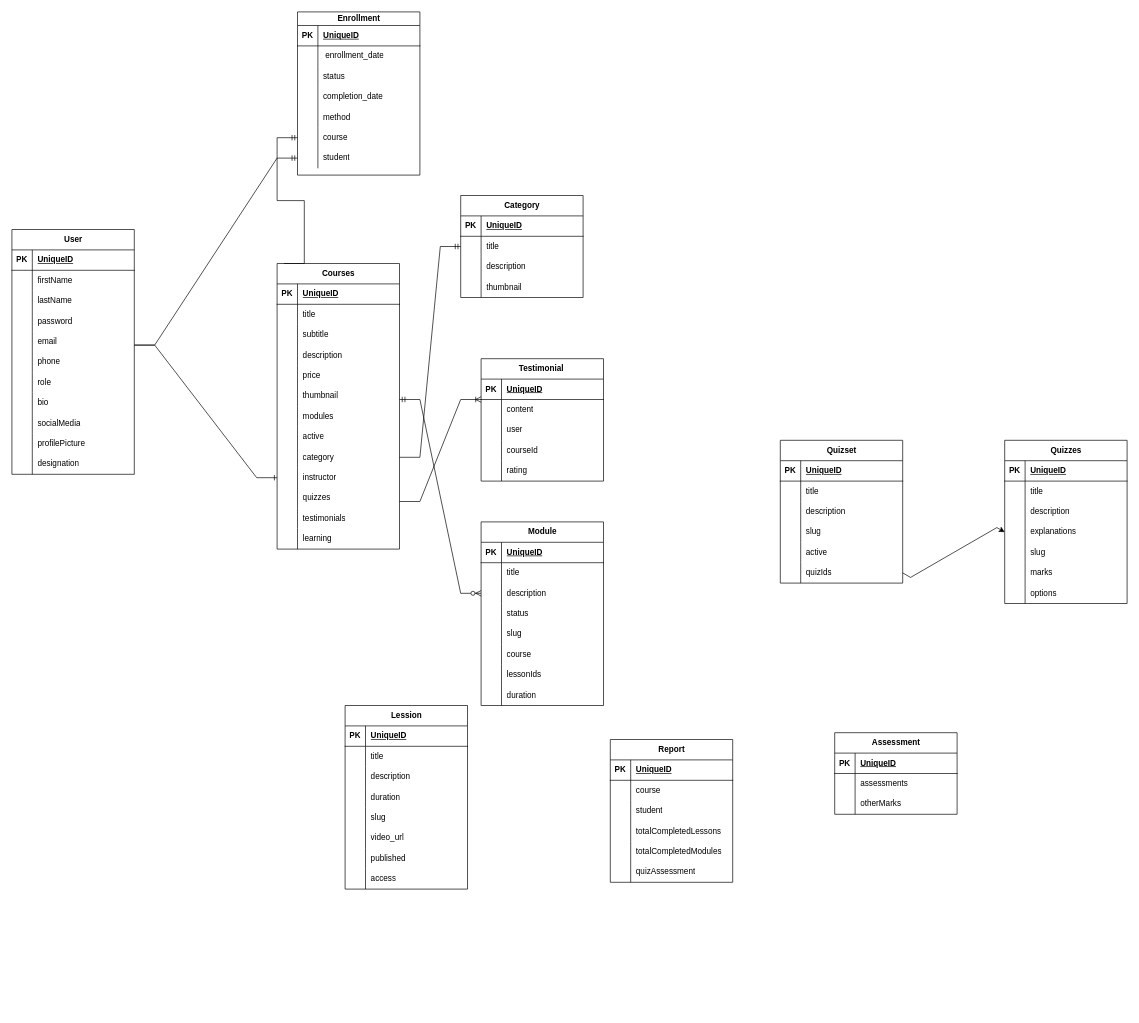
The draw.io diagram page "Database Design" (2 of 6) of diagrams/EduConnect.drawio in TanzimHossain2/EduConnect, before the edit. Source tidied: cells renumbered, new cells numbered last; positions are measured from the earlier drawing's top-left corner, leaving out a move shared by most shapes. Both pictures are drawn from the tidied source at 68%, with x=0, y=0 at pixel (-36, 12).
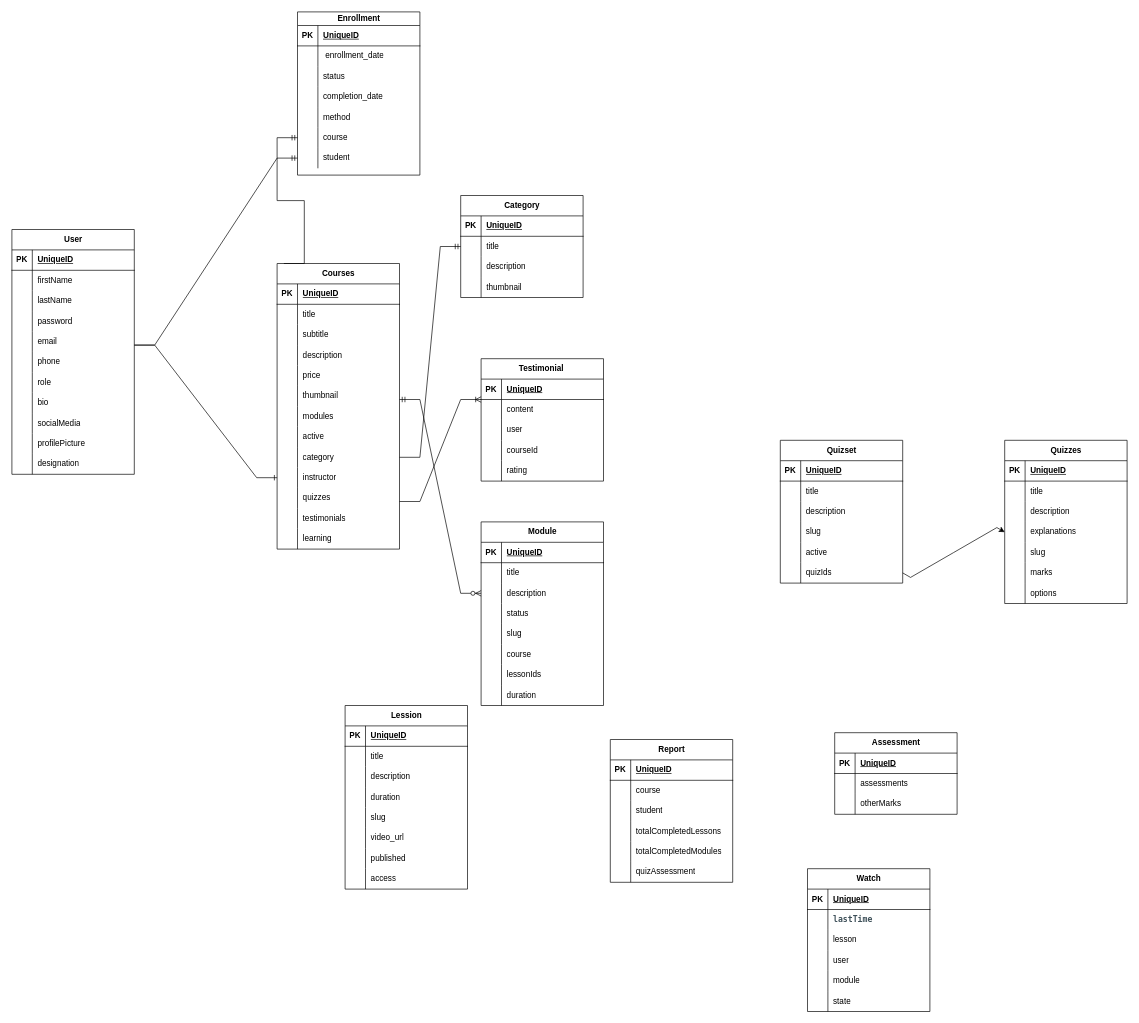
The same page after the edit.

The edit, as a diff of the source:
```diff
@@
+    <mxCell id="255" value="Watch" style="shape=table;startSize=30;childLayout=tableLayout;rowLines=0;fontStyle=1;align=center;html=1;" parent="1" vertex="1">
+      <mxGeometry x="1240" y="1260" width="180" height="210" as="geometry" />
+    </mxCell>
+    <mxCell id="256" style="shape=tableRow;horizontal=0;startSize=0;swimlaneHead=0;swimlaneBody=0;fillColor=none;top=0;left=0;right=0;bottom=1;" parent="255" vertex="1">
+      <mxGeometry y="30" width="180" height="30" as="geometry" />
+    </mxCell>
+    <mxCell id="257" value="PK" style="shape=partialRectangle;fillColor=none;top=0;left=0;bottom=0;right=0;fontStyle=1;overflow=hidden;whiteSpace=wrap;html=1;" parent="256" vertex="1">
+      <mxGeometry width="30" height="30" as="geometry" />
+    </mxCell>
+    <mxCell id="258" value="UniqueID" style="shape=partialRectangle;fillColor=none;top=0;left=0;bottom=0;right=0;align=left;spacingLeft=6;fontStyle=5;overflow=hidden;whiteSpace=wrap;html=1;" parent="256" vertex="1">
+      <mxGeometry x="30" width="150" height="30" as="geometry" />
+    </mxCell>
+    <mxCell id="259" style="shape=tableRow;horizontal=0;startSize=0;swimlaneHead=0;swimlaneBody=0;fillColor=none;top=0;left=0;right=0;bottom=0;" parent="255" vertex="1">
+      <mxGeometry y="60" width="180" height="30" as="geometry" />
+    </mxCell>
+    <mxCell id="260" style="shape=partialRectangle;fillColor=none;top=0;left=0;bottom=0;right=0;overflow=hidden;whiteSpace=wrap;html=1;" parent="259" vertex="1">
+      <mxGeometry width="30" height="30" as="geometry" />
+    </mxCell>
+    <mxCell id="261" value="&lt;div&gt;&lt;span style=&quot;background-color: rgb(255, 255, 255); color: rgb(61, 79, 88); font-family: &amp;quot;Source Code Pro&amp;quot;, Menlo, monospace; font-weight: 700;&quot;&gt;lastTime&lt;/span&gt;&lt;br&gt;&lt;/div&gt;" style="shape=partialRectangle;fillColor=none;top=0;left=0;bottom=0;right=0;align=left;spacingLeft=6;overflow=hidden;whiteSpace=wrap;html=1;" parent="259" vertex="1">
+      <mxGeometry x="30" width="150" height="30" as="geometry" />
+    </mxCell>
+    <mxCell id="262" style="shape=tableRow;horizontal=0;startSize=0;swimlaneHead=0;swimlaneBody=0;fillColor=none;top=0;left=0;right=0;bottom=0;" parent="255" vertex="1">
+      <mxGeometry y="90" width="180" height="30" as="geometry" />
+    </mxCell>
+    <mxCell id="263" style="shape=partialRectangle;fillColor=none;top=0;left=0;bottom=0;right=0;overflow=hidden;whiteSpace=wrap;html=1;" parent="262" vertex="1">
+      <mxGeometry width="30" height="30" as="geometry" />
+    </mxCell>
+    <mxCell id="264" value="lesson" style="shape=partialRectangle;fillColor=none;top=0;left=0;bottom=0;right=0;align=left;spacingLeft=6;overflow=hidden;whiteSpace=wrap;html=1;" parent="262" vertex="1">
+      <mxGeometry x="30" width="150" height="30" as="geometry" />
+    </mxCell>
+    <mxCell id="265" style="shape=tableRow;horizontal=0;startSize=0;swimlaneHead=0;swimlaneBody=0;fillColor=none;top=0;left=0;right=0;bottom=0;" parent="255" vertex="1">
+      <mxGeometry y="120" width="180" height="30" as="geometry" />
+    </mxCell>
+    <mxCell id="266" style="shape=partialRectangle;fillColor=none;top=0;left=0;bottom=0;right=0;overflow=hidden;whiteSpace=wrap;html=1;" parent="265" vertex="1">
+      <mxGeometry width="30" height="30" as="geometry" />
+    </mxCell>
+    <mxCell id="267" value="user" style="shape=partialRectangle;fillColor=none;top=0;left=0;bottom=0;right=0;align=left;spacingLeft=6;overflow=hidden;whiteSpace=wrap;html=1;" parent="265" vertex="1">
+      <mxGeometry x="30" width="150" height="30" as="geometry" />
+    </mxCell>
+    <mxCell id="268" style="shape=tableRow;horizontal=0;startSize=0;swimlaneHead=0;swimlaneBody=0;fillColor=none;top=0;left=0;right=0;bottom=0;" parent="255" vertex="1">
+      <mxGeometry y="150" width="180" height="30" as="geometry" />
+    </mxCell>
+    <mxCell id="269" style="shape=partialRectangle;fillColor=none;top=0;left=0;bottom=0;right=0;overflow=hidden;whiteSpace=wrap;html=1;" parent="268" vertex="1">
+      <mxGeometry width="30" height="30" as="geometry" />
+    </mxCell>
+    <mxCell id="270" value="module" style="shape=partialRectangle;fillColor=none;top=0;left=0;bottom=0;right=0;align=left;spacingLeft=6;overflow=hidden;whiteSpace=wrap;html=1;" parent="268" vertex="1">
+      <mxGeometry x="30" width="150" height="30" as="geometry" />
+    </mxCell>
+    <mxCell id="271" style="shape=tableRow;horizontal=0;startSize=0;swimlaneHead=0;swimlaneBody=0;fillColor=none;top=0;left=0;right=0;bottom=0;" parent="255" vertex="1">
+      <mxGeometry y="180" width="180" height="30" as="geometry" />
+    </mxCell>
+    <mxCell id="272" style="shape=partialRectangle;fillColor=none;top=0;left=0;bottom=0;right=0;overflow=hidden;whiteSpace=wrap;html=1;" parent="271" vertex="1">
+      <mxGeometry width="30" height="30" as="geometry" />
+    </mxCell>
+    <mxCell id="273" value="state" style="shape=partialRectangle;fillColor=none;top=0;left=0;bottom=0;right=0;align=left;spacingLeft=6;overflow=hidden;whiteSpace=wrap;html=1;" parent="271" vertex="1">
+      <mxGeometry x="30" width="150" height="30" as="geometry" />
+    </mxCell>
```
